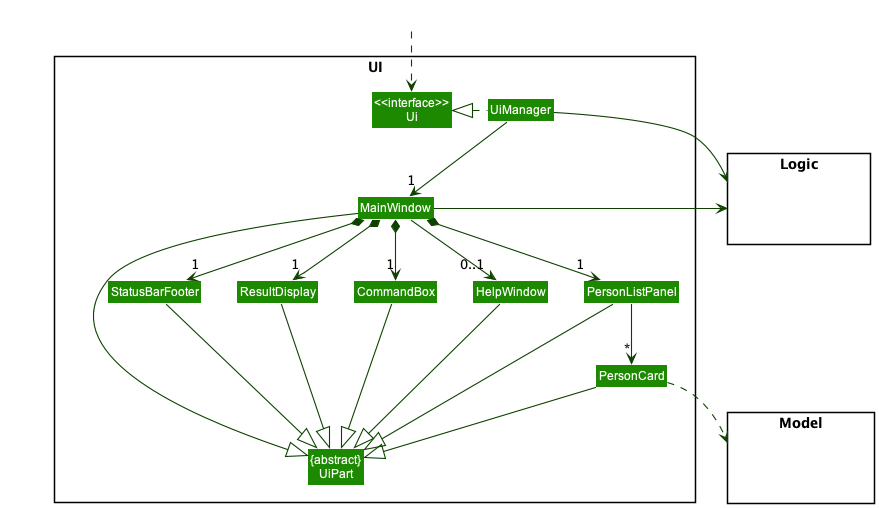
Earlier version of the PlantUML export docs/images/UiClassDiagram.png (nus-cs2103-AY2223S1/tp).
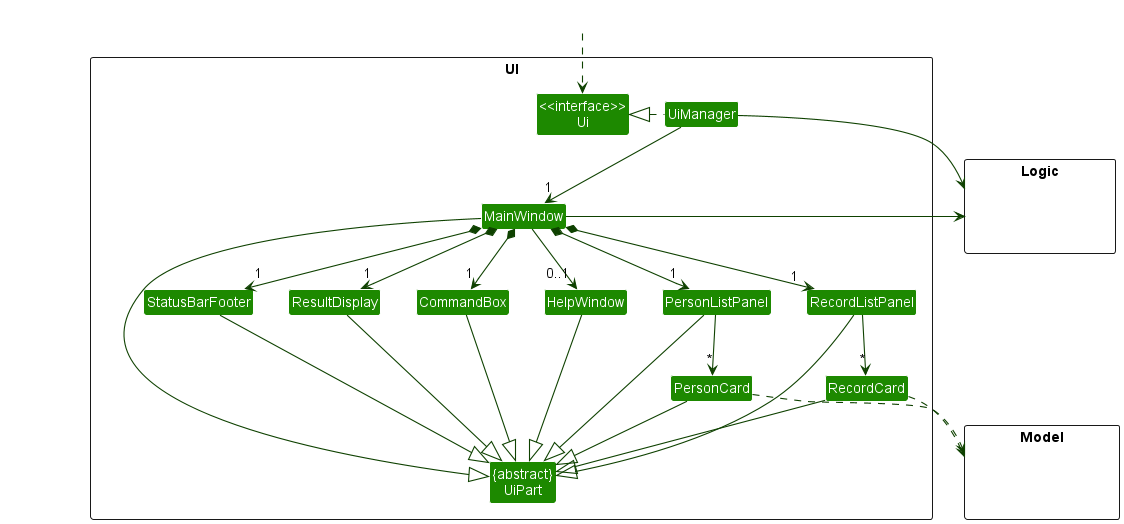
The same diagram one commit later.

Change to the diagram source:
```diff
@@ -13,6 +13,8 @@
 Class ResultDisplay
 Class PersonListPanel
 Class PersonCard
+Class RecordListPanel
+Class RecordCard
 Class StatusBarFooter
 Class CommandBox
 }
@@ -33,10 +35,12 @@
 MainWindow *-down->  "1" CommandBox
 MainWindow *-down-> "1" ResultDisplay
 MainWindow *-down-> "1" PersonListPanel
+MainWindow *-down-> "1" RecordListPanel
 MainWindow *-down-> "1" StatusBarFooter
 MainWindow --> "0..1" HelpWindow
 
 PersonListPanel -down-> "*" PersonCard
+RecordListPanel -down-> "*" RecordCard
 
 MainWindow -left-|> UiPart
 
@@ -44,10 +48,13 @@
 CommandBox --|> UiPart
 PersonListPanel --|> UiPart
 PersonCard --|> UiPart
+RecordListPanel --|> UiPart
+RecordCard --|> UiPart
 StatusBarFooter --|> UiPart
 HelpWindow --|> UiPart
 
 PersonCard ..> Model
+RecordCard ..> Model
 UiManager -right-> Logic
 MainWindow -left-> Logic
 
```
